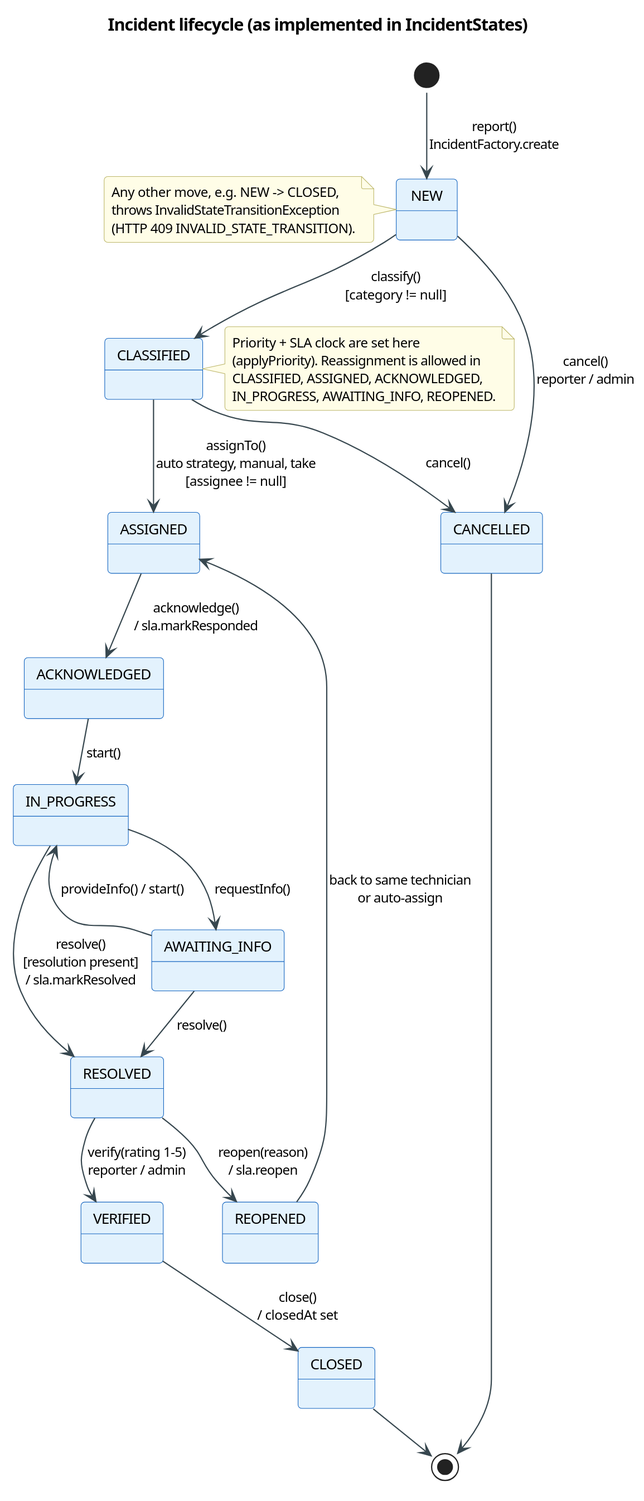
ashaswanth10-a11y/OOP_37 keeps this PlantUML diagram as docs/uml/state-lifecycle.svg. Above is the earlier version.
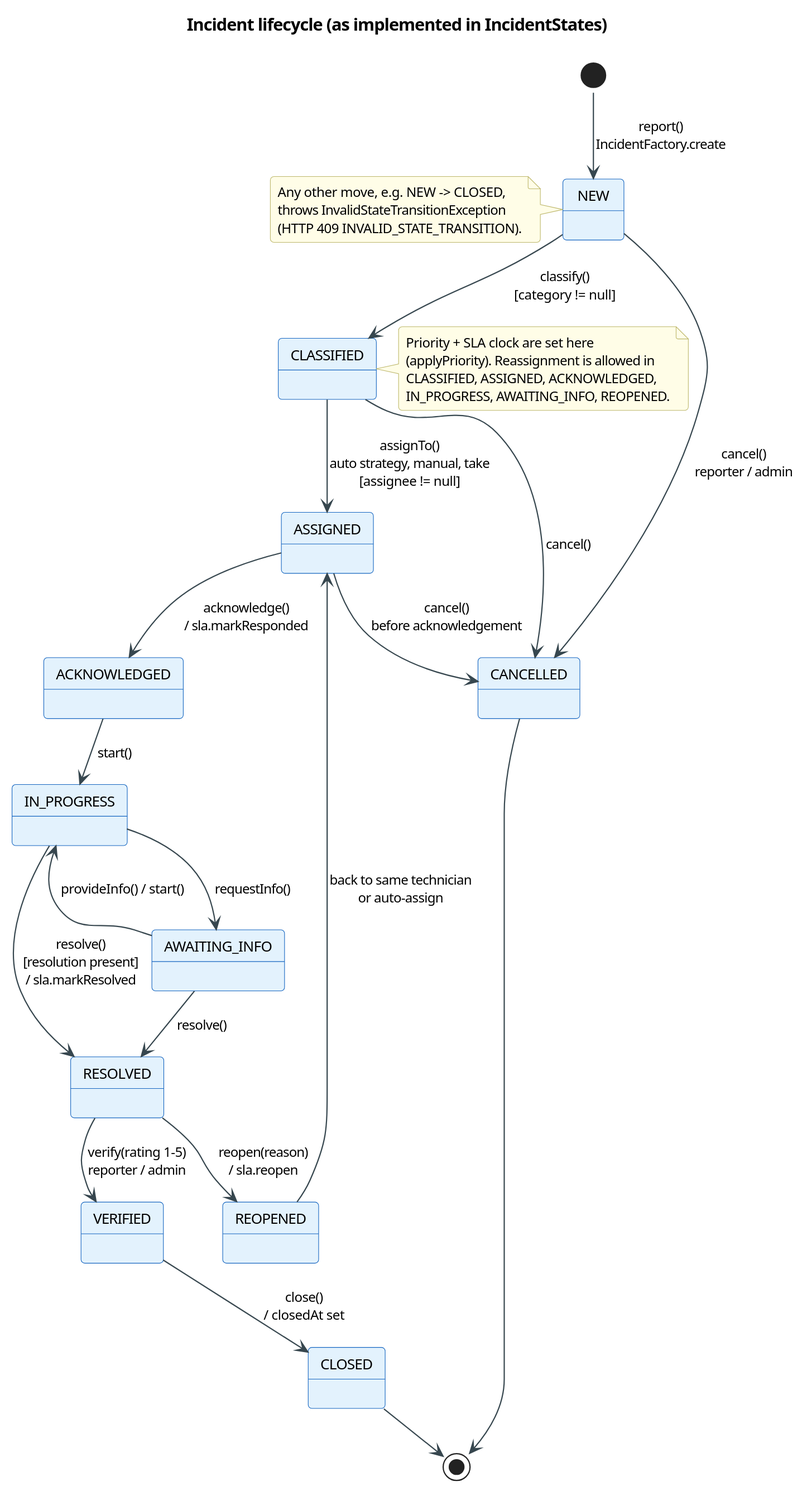
After the commit.

What changed in the source:
```diff
@@ -13,6 +13,7 @@
 CLASSIFIED --> ASSIGNED : assignTo()\nauto strategy, manual, take\n[assignee != null]
 CLASSIFIED --> CANCELLED : cancel()
 ASSIGNED --> ACKNOWLEDGED : acknowledge()\n/ sla.markResponded
+ASSIGNED --> CANCELLED : cancel()\nbefore acknowledgement
 ACKNOWLEDGED --> IN_PROGRESS : start()
 IN_PROGRESS --> AWAITING_INFO : requestInfo()
 AWAITING_INFO --> IN_PROGRESS : provideInfo() / start()
```
